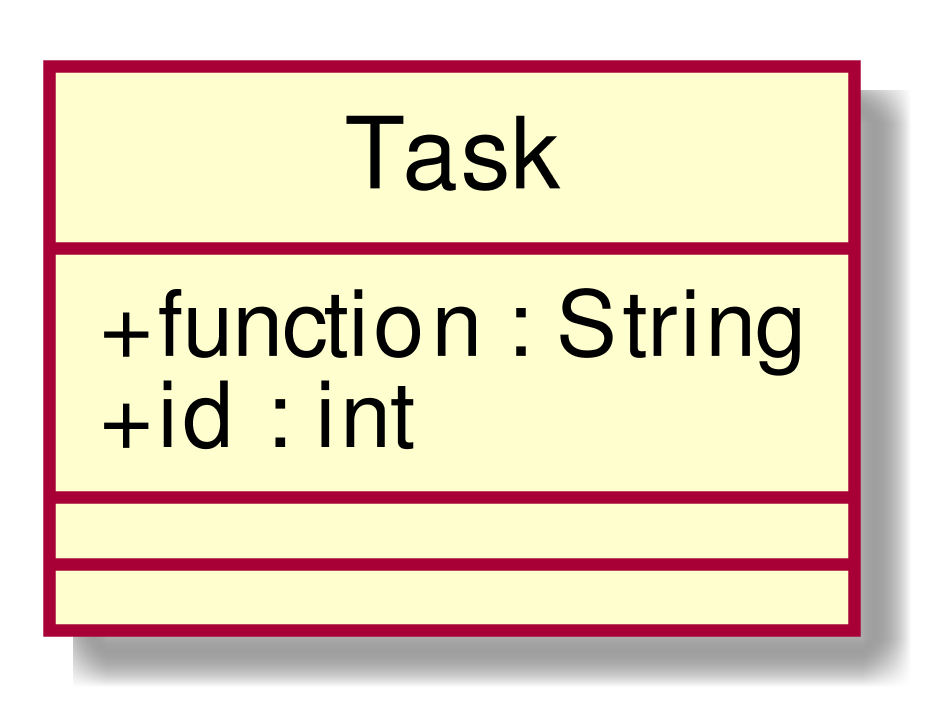
CoCodeSWE/Docs keeps this PlantUML diagram as RP/Esterni/DefinizioneDiProdotto/images/ClassTask.png. Above is the earlier version.
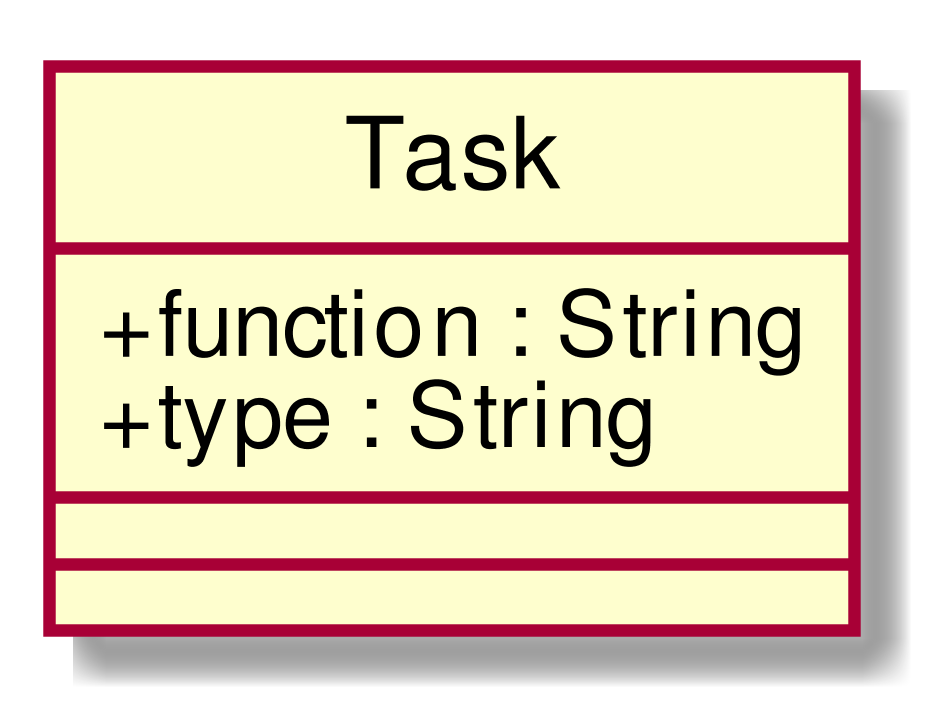
The same diagram one commit later.

What changed in the source:
```diff
@@ -3,7 +3,7 @@
 skinparam classAttributeIconSize 0
 class Task{
 + function : String
-+ id : int
++ type : String
 __
 __
 
```
